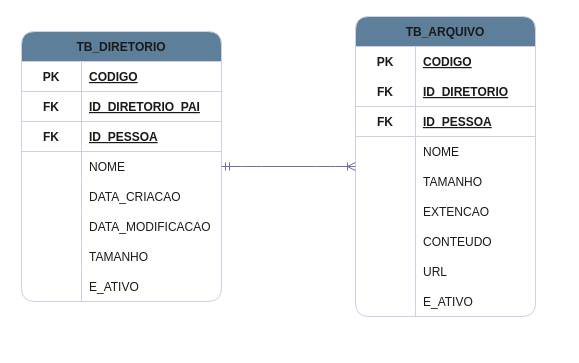
This is src/main/resources/sisgerarqapi.drawio from quintinno/sisgerarqapi, a draw.io file, before an edit. Source tidied: cells renumbered, new cells numbered last; positions are measured from the earlier drawing's top-left corner, leaving out a move shared by most shapes. Both pictures are drawn from the tidied source at 100%, with x=0, y=0 at pixel (21, 16).
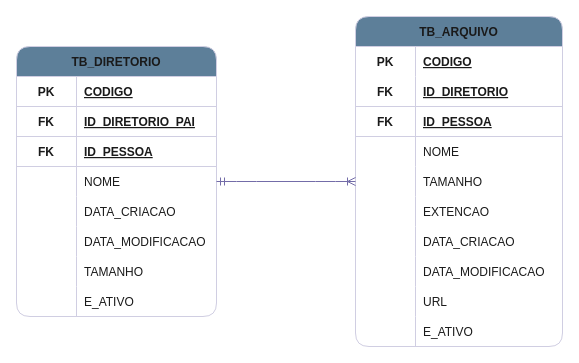
Above is the later version.

What changed in the source:
```diff
@@
     <mxCell id="2" value="TB_DIRETORIO" style="shape=table;startSize=30;childLayout=tableLayout;rowLines=0;fontStyle=1;align=center;rounded=1;shadow=0;swimlaneFillColor=default;labelBackgroundColor=none;fillColor=#5D7F99;strokeColor=#D0CEE2;fontColor=#1A1A1A;" parent="1" vertex="1">
-      <mxGeometry y="15" width="200" height="270" as="geometry" />
+      <mxGeometry x="-5" y="30" width="200" height="270" as="geometry" />
     </mxCell>
@@
     <mxCell id="27" value="TB_ARQUIVO" style="shape=table;startSize=30;childLayout=tableLayout;rowLines=0;fontStyle=1;align=center;rounded=1;shadow=0;swimlaneFillColor=default;labelBackgroundColor=none;fillColor=#5D7F99;strokeColor=#D0CEE2;fontColor=#1A1A1A;" parent="1" vertex="1">
-      <mxGeometry x="334" width="180" height="300" as="geometry" />
+      <mxGeometry x="334" width="207" height="330" as="geometry" />
     </mxCell>
     <mxCell id="28" style="shape=tableRow;horizontal=0;startSize=0;swimlaneHead=0;swimlaneBody=0;fillColor=none;top=0;left=0;right=0;bottom=0;labelBackgroundColor=none;strokeColor=#D0CEE2;fontColor=#1A1A1A;rounded=1;" parent="27" vertex="1">
-      <mxGeometry y="30" width="180" height="30" as="geometry" />
+      <mxGeometry y="30" width="207" height="30" as="geometry" />
     </mxCell>
@@
     <mxCell id="30" value="CODIGO" style="shape=partialRectangle;fillColor=none;top=0;left=0;bottom=0;right=0;align=left;spacingLeft=6;fontStyle=5;overflow=hidden;labelBackgroundColor=none;strokeColor=#D0CEE2;fontColor=#1A1A1A;rounded=1;" parent="28" vertex="1">
-      <mxGeometry x="60" width="120" height="30" as="geometry" />
+      <mxGeometry x="60" width="147" height="30" as="geometry" />
     </mxCell>
     <mxCell id="31" style="shape=tableRow;horizontal=0;startSize=0;swimlaneHead=0;swimlaneBody=0;fillColor=none;top=0;left=0;right=0;bottom=1;labelBackgroundColor=none;strokeColor=#D0CEE2;fontColor=#1A1A1A;rounded=1;" parent="27" vertex="1">
-      <mxGeometry y="60" width="180" height="30" as="geometry" />
+      <mxGeometry y="60" width="207" height="30" as="geometry" />
     </mxCell>
@@
     <mxCell id="33" value="ID_DIRETORIO" style="shape=partialRectangle;fillColor=none;top=0;left=0;bottom=0;right=0;align=left;spacingLeft=6;fontStyle=5;overflow=hidden;labelBackgroundColor=none;strokeColor=#D0CEE2;fontColor=#1A1A1A;rounded=1;" parent="31" vertex="1">
-      <mxGeometry x="60" width="120" height="30" as="geometry" />
+      <mxGeometry x="60" width="147" height="30" as="geometry" />
     </mxCell>
     <mxCell id="34" style="shape=tableRow;horizontal=0;startSize=0;swimlaneHead=0;swimlaneBody=0;fillColor=none;top=0;left=0;right=0;bottom=1;labelBackgroundColor=none;strokeColor=#D0CEE2;fontColor=#1A1A1A;rounded=1;" parent="27" vertex="1">
-      <mxGeometry y="90" width="180" height="30" as="geometry" />
+      <mxGeometry y="90" width="207" height="30" as="geometry" />
     </mxCell>
@@
     <mxCell id="36" value="ID_PESSOA" style="shape=partialRectangle;fillColor=none;top=0;left=0;bottom=0;right=0;align=left;spacingLeft=6;fontStyle=5;overflow=hidden;labelBackgroundColor=none;strokeColor=#D0CEE2;fontColor=#1A1A1A;rounded=1;" parent="34" vertex="1">
-      <mxGeometry x="60" width="120" height="30" as="geometry" />
+      <mxGeometry x="60" width="147" height="30" as="geometry" />
     </mxCell>
     <mxCell id="37" style="shape=tableRow;horizontal=0;startSize=0;swimlaneHead=0;swimlaneBody=0;fillColor=none;top=0;left=0;right=0;bottom=0;labelBackgroundColor=none;strokeColor=#D0CEE2;fontColor=#1A1A1A;rounded=1;" parent="27" vertex="1">
-      <mxGeometry y="120" width="180" height="30" as="geometry" />
+      <mxGeometry y="120" width="207" height="30" as="geometry" />
     </mxCell>
@@
     <mxCell id="39" value="NOME" style="shape=partialRectangle;fillColor=none;top=0;left=0;bottom=0;right=0;align=left;spacingLeft=6;overflow=hidden;labelBackgroundColor=none;strokeColor=#D0CEE2;fontColor=#1A1A1A;rounded=1;" parent="37" vertex="1">
-      <mxGeometry x="60" width="120" height="30" as="geometry" />
+      <mxGeometry x="60" width="147" height="30" as="geometry" />
     </mxCell>
     <mxCell id="40" style="shape=tableRow;horizontal=0;startSize=0;swimlaneHead=0;swimlaneBody=0;fillColor=none;top=0;left=0;right=0;bottom=0;labelBackgroundColor=none;strokeColor=#D0CEE2;fontColor=#1A1A1A;rounded=1;" parent="27" vertex="1">
-      <mxGeometry y="150" width="180" height="30" as="geometry" />
+      <mxGeometry y="150" width="207" height="30" as="geometry" />
     </mxCell>
@@
     <mxCell id="42" value="TAMANHO" style="shape=partialRectangle;fillColor=none;top=0;left=0;bottom=0;right=0;align=left;spacingLeft=6;overflow=hidden;labelBackgroundColor=none;strokeColor=#D0CEE2;fontColor=#1A1A1A;rounded=1;" parent="40" vertex="1">
-      <mxGeometry x="60" width="120" height="30" as="geometry" />
+      <mxGeometry x="60" width="147" height="30" as="geometry" />
     </mxCell>
     <mxCell id="43" style="shape=tableRow;horizontal=0;startSize=0;swimlaneHead=0;swimlaneBody=0;fillColor=none;top=0;left=0;right=0;bottom=0;labelBackgroundColor=none;strokeColor=#D0CEE2;fontColor=#1A1A1A;rounded=1;" parent="27" vertex="1">
-      <mxGeometry y="180" width="180" height="30" as="geometry" />
+      <mxGeometry y="180" width="207" height="30" as="geometry" />
     </mxCell>
@@
     <mxCell id="45" value="EXTENCAO" style="shape=partialRectangle;fillColor=none;top=0;left=0;bottom=0;right=0;align=left;spacingLeft=6;overflow=hidden;labelBackgroundColor=none;strokeColor=#D0CEE2;fontColor=#1A1A1A;rounded=1;" parent="43" vertex="1">
-      <mxGeometry x="60" width="120" height="30" as="geometry" />
+      <mxGeometry x="60" width="147" height="30" as="geometry" />
     </mxCell>
     <mxCell id="46" style="shape=tableRow;horizontal=0;startSize=0;swimlaneHead=0;swimlaneBody=0;fillColor=none;top=0;left=0;right=0;bottom=0;labelBackgroundColor=none;strokeColor=#D0CEE2;fontColor=#1A1A1A;rounded=1;" parent="27" vertex="1">
-      <mxGeometry y="210" width="180" height="30" as="geometry" />
+      <mxGeometry y="210" width="207" height="30" as="geometry" />
     </mxCell>
@@
-    <mxCell id="48" value="CONTEUDO" style="shape=partialRectangle;fillColor=none;top=0;left=0;bottom=0;right=0;align=left;spacingLeft=6;overflow=hidden;labelBackgroundColor=none;strokeColor=#D0CEE2;fontColor=#1A1A1A;rounded=1;" parent="46" vertex="1">
-      <mxGeometry x="60" width="120" height="30" as="geometry" />
+    <mxCell id="48" value="DATA_CRIACAO" style="shape=partialRectangle;fillColor=none;top=0;left=0;bottom=0;right=0;align=left;spacingLeft=6;overflow=hidden;labelBackgroundColor=none;strokeColor=#D0CEE2;fontColor=#1A1A1A;rounded=1;" parent="46" vertex="1">
+      <mxGeometry x="60" width="147" height="30" as="geometry" />
     </mxCell>
+    <mxCell id="56" style="shape=tableRow;horizontal=0;startSize=0;swimlaneHead=0;swimlaneBody=0;fillColor=none;top=0;left=0;right=0;bottom=0;labelBackgroundColor=none;strokeColor=#D0CEE2;fontColor=#1A1A1A;rounded=1;" parent="27" vertex="1">
+      <mxGeometry y="240" width="207" height="30" as="geometry" />
+    </mxCell>
+    <mxCell id="57" style="shape=partialRectangle;fillColor=none;top=0;left=0;bottom=0;right=0;overflow=hidden;labelBackgroundColor=none;strokeColor=#D0CEE2;fontColor=#1A1A1A;rounded=1;" parent="56" vertex="1">
+      <mxGeometry width="60" height="30" as="geometry" />
+    </mxCell>
+    <mxCell id="58" value="DATA_MODIFICACAO" style="shape=partialRectangle;fillColor=none;top=0;left=0;bottom=0;right=0;align=left;spacingLeft=6;overflow=hidden;labelBackgroundColor=none;strokeColor=#D0CEE2;fontColor=#1A1A1A;rounded=1;" parent="56" vertex="1">
+      <mxGeometry x="60" width="147" height="30" as="geometry" />
+    </mxCell>
     <mxCell id="49" style="shape=tableRow;horizontal=0;startSize=0;swimlaneHead=0;swimlaneBody=0;fillColor=none;top=0;left=0;right=0;bottom=0;labelBackgroundColor=none;strokeColor=#D0CEE2;fontColor=#1A1A1A;rounded=1;" parent="27" vertex="1">
-      <mxGeometry y="240" width="180" height="30" as="geometry" />
+      <mxGeometry y="270" width="207" height="30" as="geometry" />
     </mxCell>
@@
     <mxCell id="51" value="URL" style="shape=partialRectangle;fillColor=none;top=0;left=0;bottom=0;right=0;align=left;spacingLeft=6;overflow=hidden;labelBackgroundColor=none;strokeColor=#D0CEE2;fontColor=#1A1A1A;rounded=1;" parent="49" vertex="1">
-      <mxGeometry x="60" width="120" height="30" as="geometry" />
+      <mxGeometry x="60" width="147" height="30" as="geometry" />
     </mxCell>
     <mxCell id="52" style="shape=tableRow;horizontal=0;startSize=0;swimlaneHead=0;swimlaneBody=0;fillColor=none;top=0;left=0;right=0;bottom=0;labelBackgroundColor=none;strokeColor=#D0CEE2;fontColor=#1A1A1A;rounded=1;" parent="27" vertex="1">
-      <mxGeometry y="270" width="180" height="30" as="geometry" />
+      <mxGeometry y="300" width="207" height="30" as="geometry" />
     </mxCell>
@@
     <mxCell id="54" value="E_ATIVO" style="shape=partialRectangle;fillColor=none;top=0;left=0;bottom=0;right=0;align=left;spacingLeft=6;overflow=hidden;labelBackgroundColor=none;strokeColor=#D0CEE2;fontColor=#1A1A1A;rounded=1;" parent="52" vertex="1">
-      <mxGeometry x="60" width="120" height="30" as="geometry" />
+      <mxGeometry x="60" width="147" height="30" as="geometry" />
     </mxCell>
```
